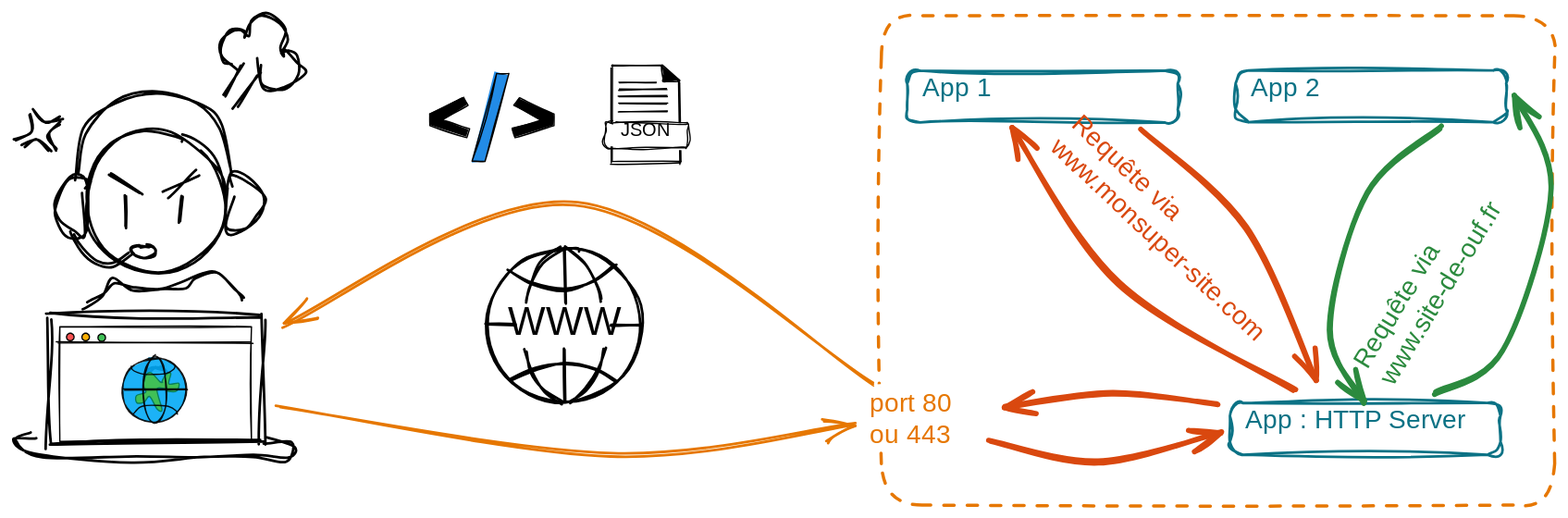
This is notebooks/media/virtual-host.excalidraw.svg from ue22-p25/backend, a Excalidraw export, as it was before one commit. Source tidied: one line per element, renumbered; positions are measured from the earlier drawing's top-left corner, leaving out a move shared by most shapes.
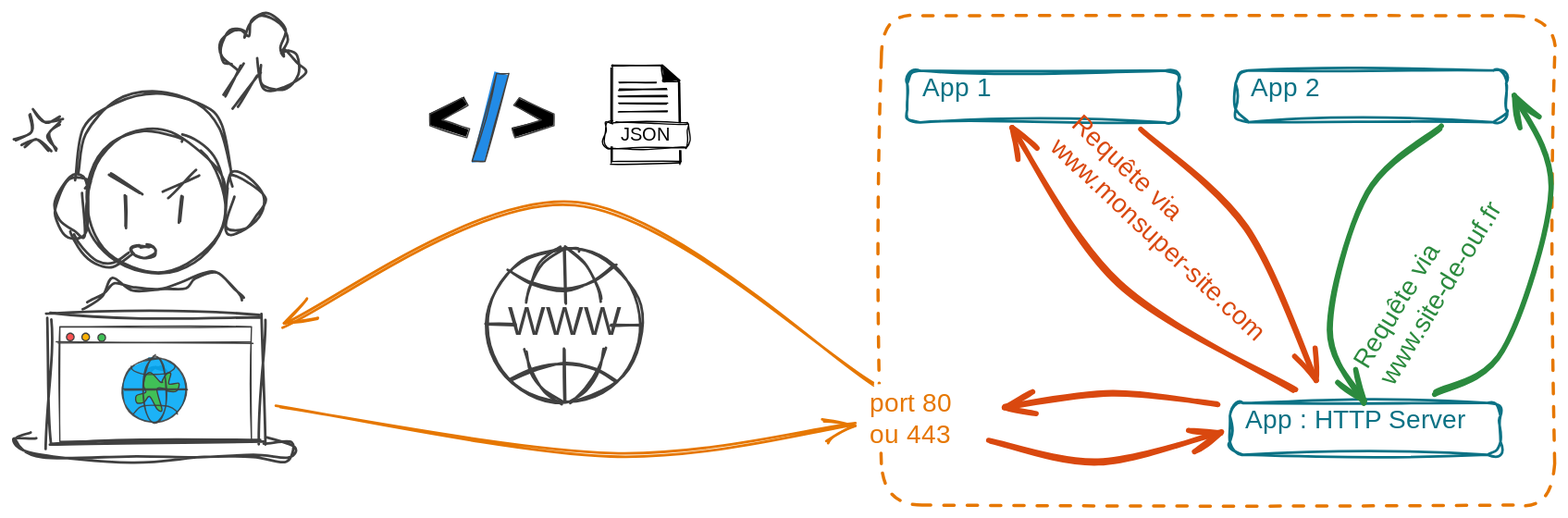
Above is the later version.

Change to the diagram source:
```diff
@@ -2,38 +2,38 @@
 {"id": 1, "type": "text", "text": "App : HTTP Server", "strokeColor": "#0b7285", "strokeWidth": 2, "roughness": 2, "fontSize": 20, "fontFamily": 1, "x": 951, "y": 302, "width": 186, "height": 24}
-{"id": 2, "type": "ellipse", "strokeColor": "#000", "strokeWidth": 2, "roughness": 2, "round": true, "x": 55, "y": 89, "width": 108, "height": 112}
+{"id": 2, "type": "ellipse", "strokeColor": "#404040", "strokeWidth": 2, "roughness": 2, "round": true, "x": 55, "y": 89, "width": 108, "height": 112}
-{"id": 3, "type": "line", "strokeColor": "#000", "strokeWidth": 2, "roughness": 2, "round": true, "x": 55, "y": 138, "width": 25, "height": 44, "points": [[0, 0], [0, -13], [-14, -11], [-25, 5], [-22, 22], [-10, 30], [0, 31], [0, 0]]}
+{"id": 3, "type": "line", "strokeColor": "#404040", "strokeWidth": 2, "roughness": 2, "round": true, "x": 55, "y": 138, "width": 25, "height": 44, "points": [[0, 0], [0, -13], [-14, -11], [-25, 5], [-22, 22], [-10, 30], [0, 31], [0, 0]]}
-{"id": 4, "type": "line", "strokeColor": "#000", "strokeWidth": 2, "roughness": 2, "round": true, "x": 167, "y": 136, "width": 24, "height": 44, "points": [[0, 0], [0, -13], [14, -11], [24, 5], [22, 22], [10, 30], [0, 31], [0, 0]]}
+{"id": 4, "type": "line", "strokeColor": "#404040", "strokeWidth": 2, "roughness": 2, "round": true, "x": 167, "y": 136, "width": 24, "height": 44, "points": [[0, 0], [0, -13], [14, -11], [24, 5], [22, 22], [10, 30], [0, 31], [0, 0]]}
-{"id": 5, "type": "line", "strokeColor": "#000", "strokeWidth": 2, "roughness": 2, "round": true, "x": 47, "y": 124, "width": 122, "height": 64, "points": [[0, 0], [7, -33], [29, -58], [61, -64], [94, -58], [114, -37], [122, -3]]}
+{"id": 5, "type": "line", "strokeColor": "#404040", "strokeWidth": 2, "roughness": 2, "round": true, "x": 47, "y": 124, "width": 122, "height": 64, "points": [[0, 0], [7, -33], [29, -58], [61, -64], [94, -58], [114, -37], [122, -3]]}
-{"id": 6, "type": "line", "strokeColor": "#000", "strokeWidth": 2, "roughness": 2, "round": true, "x": 45, "y": 168, "width": 46, "height": 23, "points": [[0, 0], [6, 13], [17, 23], [32, 22], [46, 15]]}
+{"id": 6, "type": "line", "strokeColor": "#404040", "strokeWidth": 2, "roughness": 2, "round": true, "x": 45, "y": 168, "width": 46, "height": 23, "points": [[0, 0], [6, 13], [17, 23], [32, 22], [46, 15]]}
-{"id": 7, "type": "ellipse", "strokeColor": "#000", "strokeWidth": 2, "roughness": 2, "round": true, "x": 90, "y": 178, "width": 20, "height": 9}
+{"id": 7, "type": "ellipse", "strokeColor": "#404040", "strokeWidth": 2, "roughness": 2, "round": true, "x": 90, "y": 178, "width": 20, "height": 9}
-{"id": 8, "type": "rectangle", "strokeColor": "#000", "strokeWidth": 2, "roughness": 2, "x": 27, "y": 232, "width": 165, "height": 99}
+{"id": 8, "type": "rectangle", "strokeColor": "#404040", "strokeWidth": 2, "roughness": 2, "x": 27, "y": 232, "width": 165, "height": 99}
-{"id": 9, "type": "ellipse", "strokeColor": "#000", "strokeWidth": 2, "roughness": 2, "x": 102, "y": 271, "width": 16, "height": 16}
+{"id": 9, "type": "ellipse", "strokeColor": "#404040", "strokeWidth": 2, "roughness": 2, "x": 102, "y": 271, "width": 16, "height": 16}
-{"id": 10, "type": "line", "strokeColor": "#000", "strokeWidth": 2, "roughness": 2, "round": true, "x": 74, "y": 123, "width": 23, "height": 15, "points": [[0, 0], [23, 15]]}
+{"id": 10, "type": "line", "strokeColor": "#404040", "strokeWidth": 2, "roughness": 2, "round": true, "x": 74, "y": 123, "width": 23, "height": 15, "points": [[0, 0], [23, 15]]}
-{"id": 11, "type": "line", "strokeColor": "#000", "strokeWidth": 2, "roughness": 2, "round": true, "x": 116, "y": 138, "width": 27, "height": 16, "points": [[0, 0], [27, -16]]}
+{"id": 11, "type": "line", "strokeColor": "#404040", "strokeWidth": 2, "roughness": 2, "round": true, "x": 116, "y": 138, "width": 27, "height": 16, "points": [[0, 0], [27, -16]]}
-{"id": 12, "type": "line", "strokeColor": "#000", "strokeWidth": 2, "roughness": 2, "round": true, "x": 1, "y": 96, "width": 12, "height": 18, "points": [[0, 0], [12, -6], [11, -18]]}
+{"id": 12, "type": "line", "strokeColor": "#404040", "strokeWidth": 2, "roughness": 2, "round": true, "x": 1, "y": 96, "width": 12, "height": 18, "points": [[0, 0], [12, -6], [11, -18]]}
-{"id": 13, "type": "line", "strokeColor": "#000", "angle": 4.38, "strokeWidth": 2, "roughness": 2, "round": true, "x": 11, "y": 111, "width": 12, "height": 18, "points": [[0, 0], [12, -6], [11, -18]]}
+{"id": 13, "type": "line", "strokeColor": "#404040", "angle": 4.38, "strokeWidth": 2, "roughness": 2, "round": true, "x": 11, "y": 111, "width": 12, "height": 18, "points": [[0, 0], [12, -6], [11, -18]]}
-{"id": 14, "type": "line", "strokeColor": "#000", "angle": 2.77, "strokeWidth": 2, "roughness": 2, "round": true, "x": 27, "y": 103, "width": 12, "height": 18, "points": [[0, 0], [12, -6], [11, -18]]}
+{"id": 14, "type": "line", "strokeColor": "#404040", "angle": 2.77, "strokeWidth": 2, "roughness": 2, "round": true, "x": 27, "y": 103, "width": 12, "height": 18, "points": [[0, 0], [12, -6], [11, -18]]}
-{"id": 15, "type": "line", "strokeColor": "#000", "angle": 1.31, "strokeWidth": 2, "roughness": 2, "round": true, "x": 20, "y": 86, "width": 12, "height": 18, "points": [[0, 0], [12, -6], [11, -18]]}
+{"id": 15, "type": "line", "strokeColor": "#404040", "angle": 1.31, "strokeWidth": 2, "roughness": 2, "round": true, "x": 20, "y": 86, "width": 12, "height": 18, "points": [[0, 0], [12, -6], [11, -18]]}
-{"id": 16, "type": "line", "strokeColor": "#000", "strokeWidth": 2, "roughness": 2, "round": true, "x": 163, "y": 63, "width": 12, "height": 25, "points": [[0, 0], [12, -25]]}
+{"id": 16, "type": "line", "strokeColor": "#404040", "strokeWidth": 2, "roughness": 2, "round": true, "x": 163, "y": 63, "width": 12, "height": 25, "points": [[0, 0], [12, -25]]}
-{"id": 17, "type": "line", "strokeColor": "#000", "strokeWidth": 2, "roughness": 2, "round": true, "x": 171, "y": 70, "width": 21, "height": 23, "points": [[0, 0], [21, -23]]}
+{"id": 17, "type": "line", "strokeColor": "#404040", "strokeWidth": 2, "roughness": 2, "round": true, "x": 171, "y": 70, "width": 21, "height": 23, "points": [[0, 0], [21, -23]]}
-{"id": 18, "type": "line", "strokeColor": "#000", "strokeWidth": 2, "roughness": 2, "round": true, "x": 169, "y": 40, "width": 64, "height": 56, "points": [[0, 0], [-10, -5], [-12, -18], [-2, -27], [7, -26], [9, -25], [13, -34], [24, -38], [37, -32], [40, -19], [35, -11], [41, -13], [50, -7], [53, 8], [42, 18], [25, 12], [22, -4]]}
+{"id": 18, "type": "line", "strokeColor": "#404040", "strokeWidth": 2, "roughness": 2, "round": true, "x": 169, "y": 40, "width": 64, "height": 56, "points": [[0, 0], [-10, -5], [-12, -18], [-2, -27], [7, -26], [9, -25], [13, -34], [24, -38], [37, -32], [40, -19], [35, -11], [41, -13], [50, -7], [53, 8], [42, 18], [25, 12], [22, -4]]}
-{"id": 19, "type": "line", "strokeColor": "#000", "strokeWidth": 2, "roughness": 2, "round": true, "x": 85, "y": 139, "width": 0, "height": 24, "points": [[0, 0], [0, 24]]}
+{"id": 19, "type": "line", "strokeColor": "#404040", "strokeWidth": 2, "roughness": 2, "round": true, "x": 85, "y": 139, "width": 0, "height": 24, "points": [[0, 0], [0, 24]]}
-{"id": 20, "type": "line", "strokeColor": "#000", "strokeWidth": 2, "roughness": 2, "round": true, "x": 129, "y": 139, "width": 1, "height": 21, "points": [[0, 0], [-1, 21]]}
+{"id": 20, "type": "line", "strokeColor": "#404040", "strokeWidth": 2, "roughness": 2, "round": true, "x": 129, "y": 139, "width": 1, "height": 21, "points": [[0, 0], [-1, 21]]}
-{"id": 21, "type": "line", "strokeColor": "#000", "strokeWidth": 2, "roughness": 2, "round": true, "x": 56, "y": 223, "width": 120, "height": 25, "points": [[0, 0], [11, -6], [21, -19], [35, -14], [58, -10], [74, -15], [88, -22], [99, -25], [116, -9], [120, -1]]}
+{"id": 21, "type": "line", "strokeColor": "#404040", "strokeWidth": 2, "roughness": 2, "round": true, "x": 56, "y": 223, "width": 120, "height": 25, "points": [[0, 0], [11, -6], [21, -19], [35, -14], [58, -10], [74, -15], [88, -22], [99, -25], [116, -9], [120, -1]]}
-{"id": 22, "type": "line", "strokeColor": "#000", "strokeWidth": 2, "roughness": 2, "round": true, "x": 193, "y": 328, "width": 216, "height": 20, "points": [[0, 0], [23, 2], [19, 13], [-6, 13], [-51, 15], [-101, 14], [-174, 12], [-193, 0], [-180, -5]]}
+{"id": 22, "type": "line", "strokeColor": "#404040", "strokeWidth": 2, "roughness": 2, "round": true, "x": 193, "y": 328, "width": 216, "height": 20, "points": [[0, 0], [23, 2], [19, 13], [-6, 13], [-51, 15], [-101, 14], [-174, 12], [-193, 0], [-180, -5]]}
-{"id": 23, "type": "rectangle", "strokeColor": "#000000", "strokeWidth": 1, "roughness": 1, "x": 35, "y": 240, "width": 148, "height": 89}
+{"id": 23, "type": "rectangle", "strokeColor": "#404040", "strokeWidth": 1, "roughness": 1, "x": 35, "y": 240, "width": 148, "height": 89}
-{"id": 24, "type": "line", "strokeColor": "#000000", "strokeWidth": 1, "roughness": 1, "round": true, "x": 34, "y": 253, "width": 149, "height": 0, "points": [[0, 0], [149, 0]]}
+{"id": 24, "type": "line", "strokeColor": "#404040", "strokeWidth": 1, "roughness": 1, "round": true, "x": 34, "y": 253, "width": 149, "height": 0, "points": [[0, 0], [149, 0]]}
-{"id": 25, "type": "ellipse", "strokeColor": "#000000", "backgroundColor": "#fa5252", "fillStyle": "solid", "strokeWidth": 1, "roughness": 0, "x": 40, "y": 245, "width": 6, "height": 6}
+{"id": 25, "type": "ellipse", "strokeColor": "#404040", "backgroundColor": "#fa5252", "fillStyle": "solid", "strokeWidth": 1, "roughness": 0, "x": 40, "y": 245, "width": 6, "height": 6}
-{"id": 26, "type": "ellipse", "strokeColor": "#000000", "backgroundColor": "#fab005", "fillStyle": "solid", "strokeWidth": 1, "roughness": 0, "x": 52, "y": 245, "width": 6, "height": 6}
+{"id": 26, "type": "ellipse", "strokeColor": "#404040", "backgroundColor": "#fab005", "fillStyle": "solid", "strokeWidth": 1, "roughness": 0, "x": 52, "y": 245, "width": 6, "height": 6}
-{"id": 27, "type": "ellipse", "strokeColor": "#000000", "backgroundColor": "#40c057", "fillStyle": "solid", "strokeWidth": 1, "roughness": 0, "x": 65, "y": 246, "width": 6, "height": 6}
+{"id": 27, "type": "ellipse", "strokeColor": "#404040", "backgroundColor": "#40c057", "fillStyle": "solid", "strokeWidth": 1, "roughness": 0, "x": 65, "y": 246, "width": 6, "height": 6}
-{"id": 28, "type": "ellipse", "strokeColor": "#000000", "backgroundColor": "#04aaf7", "fillStyle": "solid", "strokeWidth": 1, "roughness": 1, "opacity": 90, "x": 83, "y": 264, "width": 49, "height": 49}
+{"id": 28, "type": "ellipse", "strokeColor": "#404040", "backgroundColor": "#04aaf7", "fillStyle": "solid", "strokeWidth": 1, "roughness": 1, "opacity": 90, "x": 83, "y": 264, "width": 49, "height": 49}
-{"id": 29, "type": "line", "strokeColor": "#087f5b", "backgroundColor": "#40c057", "fillStyle": "solid", "strokeWidth": 1, "roughness": 0, "round": true, "x": 115, "y": 283, "width": 33, "height": 28, "points": [[0, 0], [-2, 0], [-9, -7], [-13, -5], [-15, 3], [-13, 8], [-20, 10], [-20, 16], [-14, 15], [-10, 11], [-4, 21], [0, 21], [-4, 6], [2, 5], [4, 7], [11, 7], [13, 1], [5, 1], [6, -7], [3, -6], [0, -1], [0, 0]]}
+{"id": 29, "type": "line", "strokeColor": "#404040", "backgroundColor": "#40c057", "fillStyle": "solid", "strokeWidth": 1, "roughness": 0, "round": true, "x": 115, "y": 283, "width": 33, "height": 28, "points": [[0, 0], [-2, 0], [-9, -7], [-13, -5], [-15, 3], [-13, 8], [-20, 10], [-20, 16], [-14, 15], [-10, 11], [-4, 21], [0, 21], [-4, 6], [2, 5], [4, 7], [11, 7], [13, 1], [5, 1], [6, -7], [3, -6], [0, -1], [0, 0]]}
-{"id": 30, "type": "line", "strokeColor": "#000000", "backgroundColor": "#99bcff", "fillStyle": "solid", "strokeWidth": 1, "roughness": 1, "opacity": 90, "round": true, "x": 84, "y": 289, "width": 49, "height": 0, "points": [[0, 0], [49, 0]]}
+{"id": 30, "type": "line", "strokeColor": "#404040", "backgroundColor": "#99bcff", "fillStyle": "solid", "strokeWidth": 1, "roughness": 1, "opacity": 90, "round": true, "x": 84, "y": 289, "width": 49, "height": 0, "points": [[0, 0], [49, 0]]}
-{"id": 31, "type": "line", "strokeColor": "#000000", "backgroundColor": "#99bcff", "fillStyle": "solid", "strokeWidth": 1, "roughness": 0, "opacity": 90, "round": true, "x": 90, "y": 271, "width": 34, "height": 7, "points": [[0, 0], [1, 3], [5, 5], [10, 6], [18, 6], [27, 5], [33, 2], [34, 0]]}
+{"id": 31, "type": "line", "strokeColor": "#404040", "backgroundColor": "#99bcff", "fillStyle": "solid", "strokeWidth": 1, "roughness": 0, "opacity": 90, "round": true, "x": 90, "y": 271, "width": 34, "height": 7, "points": [[0, 0], [1, 3], [5, 5], [10, 6], [18, 6], [27, 5], [33, 2], [34, 0]]}
-{"id": 32, "type": "ellipse", "strokeColor": "#000000", "strokeWidth": 1, "roughness": 1, "opacity": 90, "x": 100, "y": 263, "width": 18, "height": 52}
+{"id": 32, "type": "ellipse", "strokeColor": "#404040", "strokeWidth": 1, "roughness": 1, "opacity": 90, "x": 100, "y": 263, "width": 18, "height": 52}
-{"id": 33, "type": "line", "strokeColor": "#000000", "backgroundColor": "#99bcff", "fillStyle": "solid", "strokeWidth": 1, "roughness": 0, "opacity": 90, "round": true, "x": 92, "y": 308, "width": 34, "height": 7, "points": [[0, 0], [5, -5], [10, -6], [18, -7], [27, -6], [33, -2], [34, 0]]}
+{"id": 33, "type": "line", "strokeColor": "#404040", "backgroundColor": "#99bcff", "fillStyle": "solid", "strokeWidth": 1, "roughness": 0, "opacity": 90, "round": true, "x": 92, "y": 308, "width": 34, "height": 7, "points": [[0, 0], [5, -5], [10, -6], [18, -7], [27, -6], [33, -2], [34, 0]]}
 {"id": 34, "type": "arrow", "strokeColor": "#e67700", "strokeWidth": 2, "roughness": 2, "endArrowhead": "arrow", "round": true, "from": 32, "to": 66, "x": 205, "y": 300, "width": 444, "height": 40, "points": [[0, 0], [255, 40], [444, 18]]}
-{"id": 35, "type": "line", "strokeColor": "#000000", "backgroundColor": "#000000", "fillStyle": "solid", "strokeWidth": 1, "roughness": 1, "x": 346, "y": 63, "width": 31, "height": 31, "points": [[0, 0], [4, 6], [-16, 17], [5, 24], [3, 31], [-25, 22], [-25, 13], [0, 0]]}
+{"id": 35, "type": "line", "strokeColor": "#404040", "backgroundColor": "#000000", "fillStyle": "solid", "strokeWidth": 1, "roughness": 1, "x": 346, "y": 63, "width": 31, "height": 31, "points": [[0, 0], [4, 6], [-16, 17], [5, 24], [3, 31], [-25, 22], [-25, 13], [0, 0]]}
-{"id": 36, "type": "line", "strokeColor": "#000000", "backgroundColor": "#000000", "fillStyle": "solid", "strokeWidth": 1, "roughness": 1, "x": 390, "y": 63, "width": 32, "height": 31, "points": [[0, 0], [-4, 6], [17, 17], [-6, 24], [-3, 31], [27, 22], [27, 13], [0, 0]]}
+{"id": 36, "type": "line", "strokeColor": "#404040", "backgroundColor": "#000000", "fillStyle": "solid", "strokeWidth": 1, "roughness": 1, "x": 390, "y": 63, "width": 32, "height": 31, "points": [[0, 0], [-4, 6], [17, 17], [-6, 24], [-3, 31], [27, 22], [27, 13], [0, 0]]}
-{"id": 37, "type": "line", "strokeColor": "#000000", "backgroundColor": "#228be6", "fillStyle": "solid", "strokeWidth": 1, "roughness": 1, "x": 354, "y": 112, "width": 28, "height": 68, "points": [[0, 0], [19, -68], [28, -68], [10, 0], [0, 0]]}
+{"id": 37, "type": "line", "strokeColor": "#404040", "backgroundColor": "#228be6", "fillStyle": "solid", "strokeWidth": 1, "roughness": 1, "x": 354, "y": 112, "width": 28, "height": 68, "points": [[0, 0], [19, -68], [28, -68], [10, 0], [0, 0]]}
 {"id": 38, "type": "line", "strokeColor": "#000000", "backgroundColor": "#000000", "fillStyle": "solid", "strokeWidth": 1, "roughness": 1, "round": true, "x": 500, "y": 39, "width": 13, "height": 13, "points": [[0, 0], [0, 6], [2, 11], [7, 13], [13, 12], [9, 8], [4, 3], [0, 0]]}
@@ -45,3 +45,3 @@
 {"id": 44, "type": "line", "strokeColor": "#000000", "backgroundColor": "#fff", "fillStyle": "solid", "strokeWidth": 1, "roughness": 1, "round": true, "x": 463, "y": 82, "width": 66, "height": 20, "points": [[0, 0], [24, 0], [52, 0], [56, 1], [58, 6], [58, 14], [57, 19], [52, 20], [25, 20], [0, 20], [-5, 19], [-7, 14], [-7, 6], [-5, 1], [0, 0]]}
-{"id": 45, "type": "text", "text": "JSON", "strokeColor": "#000000", "strokeWidth": 1, "roughness": 1, "fontSize": 14.58, "fontFamily": 1, "round": true, "x": 469, "y": 80, "width": 38, "height": 17}
+{"id": 45, "type": "text", "text": "JSON", "strokeColor": "#000000", "strokeWidth": 1, "roughness": 1, "fontSize": 14.58, "fontFamily": 1, "round": true, "x": 469, "y": 84, "width": 38, "height": 17}
 {"id": 46, "type": "line", "strokeColor": "#000000", "backgroundColor": "#ffffff", "fillStyle": "solid", "strokeWidth": 1, "roughness": 1, "round": true, "x": 467, "y": 52, "width": 29, "height": 0, "points": [[0, 0], [29, 0]]}
@@ -53,14 +53,14 @@
 {"id": 52, "type": "rectangle", "strokeColor": "#e67700", "strokeWidth": 2, "strokeStyle": "dashed", "roughness": 2, "round": true, "x": 670, "y": 0, "width": 520, "height": 378}
-{"id": 53, "type": "ellipse", "strokeColor": "#000000", "strokeWidth": 2, "roughness": 1, "x": 365, "y": 179, "width": 119, "height": 119}
+{"id": 53, "type": "ellipse", "strokeColor": "#404040", "strokeWidth": 2, "roughness": 1, "x": 365, "y": 179, "width": 119, "height": 119}
-{"id": 54, "type": "line", "strokeColor": "#000000", "strokeWidth": 2, "roughness": 1, "round": true, "x": 383, "y": 197, "width": 81, "height": 18, "points": [[0, 0], [18, 10], [42, 15], [66, 9], [81, -3]]}
+{"id": 54, "type": "line", "strokeColor": "#404040", "strokeWidth": 2, "roughness": 1, "round": true, "x": 383, "y": 197, "width": 81, "height": 18, "points": [[0, 0], [18, 10], [42, 15], [66, 9], [81, -3]]}
-{"id": 55, "type": "line", "strokeColor": "#000000", "strokeWidth": 2, "roughness": 1, "round": true, "x": 384, "y": 281, "width": 81, "height": 14, "points": [[0, 0], [18, -8], [42, -12], [66, -7], [81, 2]]}
+{"id": 55, "type": "line", "strokeColor": "#404040", "strokeWidth": 2, "roughness": 1, "round": true, "x": 384, "y": 281, "width": 81, "height": 14, "points": [[0, 0], [18, -8], [42, -12], [66, -7], [81, 2]]}
-{"id": 56, "type": "text", "text": "WWW", "strokeColor": "#000000", "strokeWidth": 2, "roughness": 1, "fontSize": 30.63, "fontFamily": 1, "textAlign": "center", "verticalAlign": "middle", "x": 391, "y": 221, "width": 69, "height": 36}
+{"id": 56, "type": "text", "text": "WWW", "strokeColor": "#404040", "strokeWidth": 2, "roughness": 1, "fontSize": 30.63, "fontFamily": 1, "textAlign": "center", "verticalAlign": "middle", "x": 391, "y": 221, "width": 69, "height": 36}
-{"id": 57, "type": "line", "strokeColor": "#000000", "strokeWidth": 2, "roughness": 1, "round": true, "x": 422, "y": 179, "width": 26, "height": 41, "points": [[0, 0], [-16, 12], [-24, 29], [-26, 41]]}
+{"id": 57, "type": "line", "strokeColor": "#404040", "strokeWidth": 2, "roughness": 1, "round": true, "x": 422, "y": 179, "width": 26, "height": 41, "points": [[0, 0], [-16, 12], [-24, 29], [-26, 41]]}
-{"id": 58, "type": "line", "strokeColor": "#000000", "strokeWidth": 2, "roughness": 1, "round": true, "x": 395, "y": 259, "width": 28, "height": 40, "points": [[0, 0], [5, 16], [15, 31], [28, 40]]}
+{"id": 58, "type": "line", "strokeColor": "#404040", "strokeWidth": 2, "roughness": 1, "round": true, "x": 395, "y": 259, "width": 28, "height": 40, "points": [[0, 0], [5, 16], [15, 31], [28, 40]]}
-{"id": 59, "type": "line", "strokeColor": "#000000", "strokeWidth": 2, "roughness": 1, "round": true, "x": 426, "y": 180, "width": 26, "height": 40, "points": [[0, 0], [16, 12], [24, 29], [26, 40]]}
+{"id": 59, "type": "line", "strokeColor": "#404040", "strokeWidth": 2, "roughness": 1, "round": true, "x": 426, "y": 180, "width": 26, "height": 40, "points": [[0, 0], [16, 12], [24, 29], [26, 40]]}
-{"id": 60, "type": "line", "strokeColor": "#000000", "strokeWidth": 2, "roughness": 1, "round": true, "x": 456, "y": 257, "width": 26, "height": 41, "points": [[0, 0], [-5, 16], [-14, 32], [-26, 41]]}
+{"id": 60, "type": "line", "strokeColor": "#404040", "strokeWidth": 2, "roughness": 1, "round": true, "x": 456, "y": 257, "width": 26, "height": 41, "points": [[0, 0], [-5, 16], [-14, 32], [-26, 41]]}
-{"id": 61, "type": "line", "strokeColor": "#000000", "strokeWidth": 2, "roughness": 1, "round": true, "x": 425, "y": 179, "width": 1, "height": 43, "points": [[0, 0], [1, 43]]}
+{"id": 61, "type": "line", "strokeColor": "#404040", "strokeWidth": 2, "roughness": 1, "round": true, "x": 425, "y": 179, "width": 1, "height": 43, "points": [[0, 0], [1, 43]]}
-{"id": 62, "type": "line", "strokeColor": "#000000", "strokeWidth": 2, "roughness": 1, "round": true, "x": 425, "y": 298, "width": 0, "height": 40, "points": [[0, 0], [0, -40]]}
+{"id": 62, "type": "line", "strokeColor": "#404040", "strokeWidth": 2, "roughness": 1, "round": true, "x": 425, "y": 298, "width": 0, "height": 40, "points": [[0, 0], [0, -40]]}
-{"id": 63, "type": "line", "strokeColor": "#000000", "strokeWidth": 2, "roughness": 1, "round": true, "x": 365, "y": 238, "width": 22, "height": 1, "points": [[0, 0], [22, 1]]}
+{"id": 63, "type": "line", "strokeColor": "#404040", "strokeWidth": 2, "roughness": 1, "round": true, "x": 365, "y": 238, "width": 22, "height": 1, "points": [[0, 0], [22, 1]]}
-{"id": 64, "type": "line", "strokeColor": "#000000", "strokeWidth": 2, "roughness": 1, "round": true, "x": 484, "y": 239, "width": 24, "height": 0, "points": [[0, 0], [-24, 0]]}
+{"id": 64, "type": "line", "strokeColor": "#404040", "strokeWidth": 2, "roughness": 1, "round": true, "x": 484, "y": 239, "width": 24, "height": 0, "points": [[0, 0], [-24, 0]]}
 {"id": 65, "type": "rectangle", "strokeColor": "#fff", "backgroundColor": "#ffffff", "fillStyle": "solid", "strokeWidth": 2, "strokeStyle": "dashed", "roughness": 2, "round": true, "x": 654, "y": 286, "width": 94, "height": 47}
```
